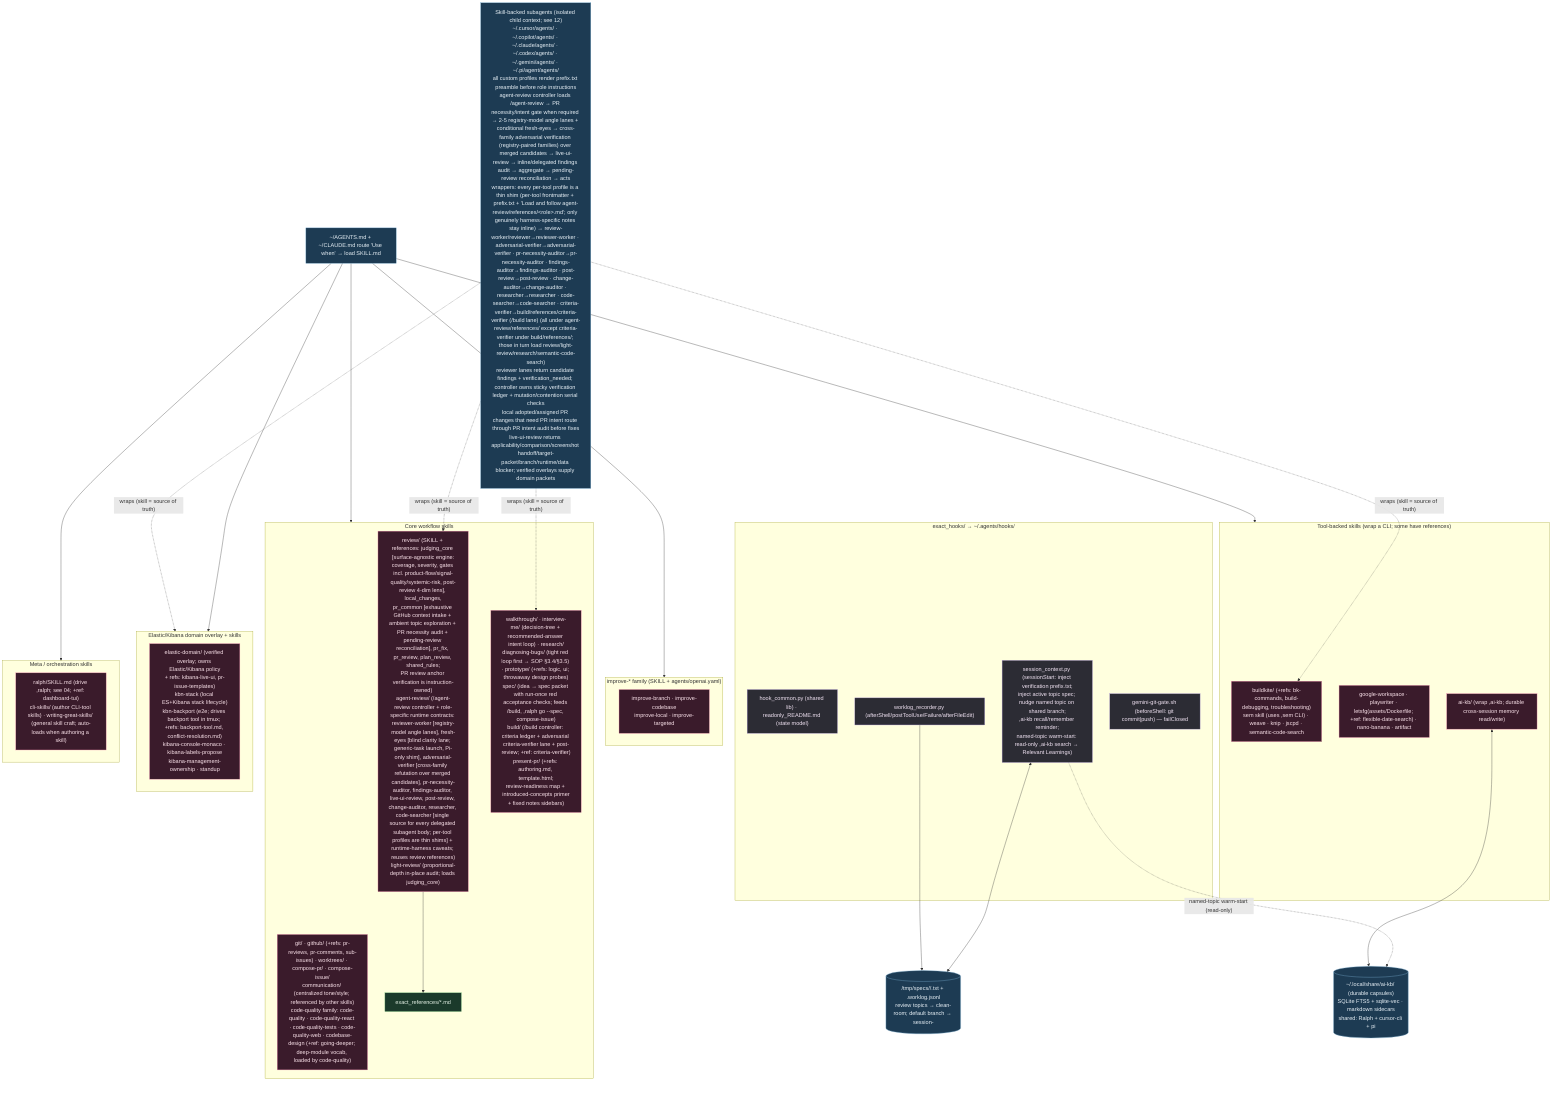
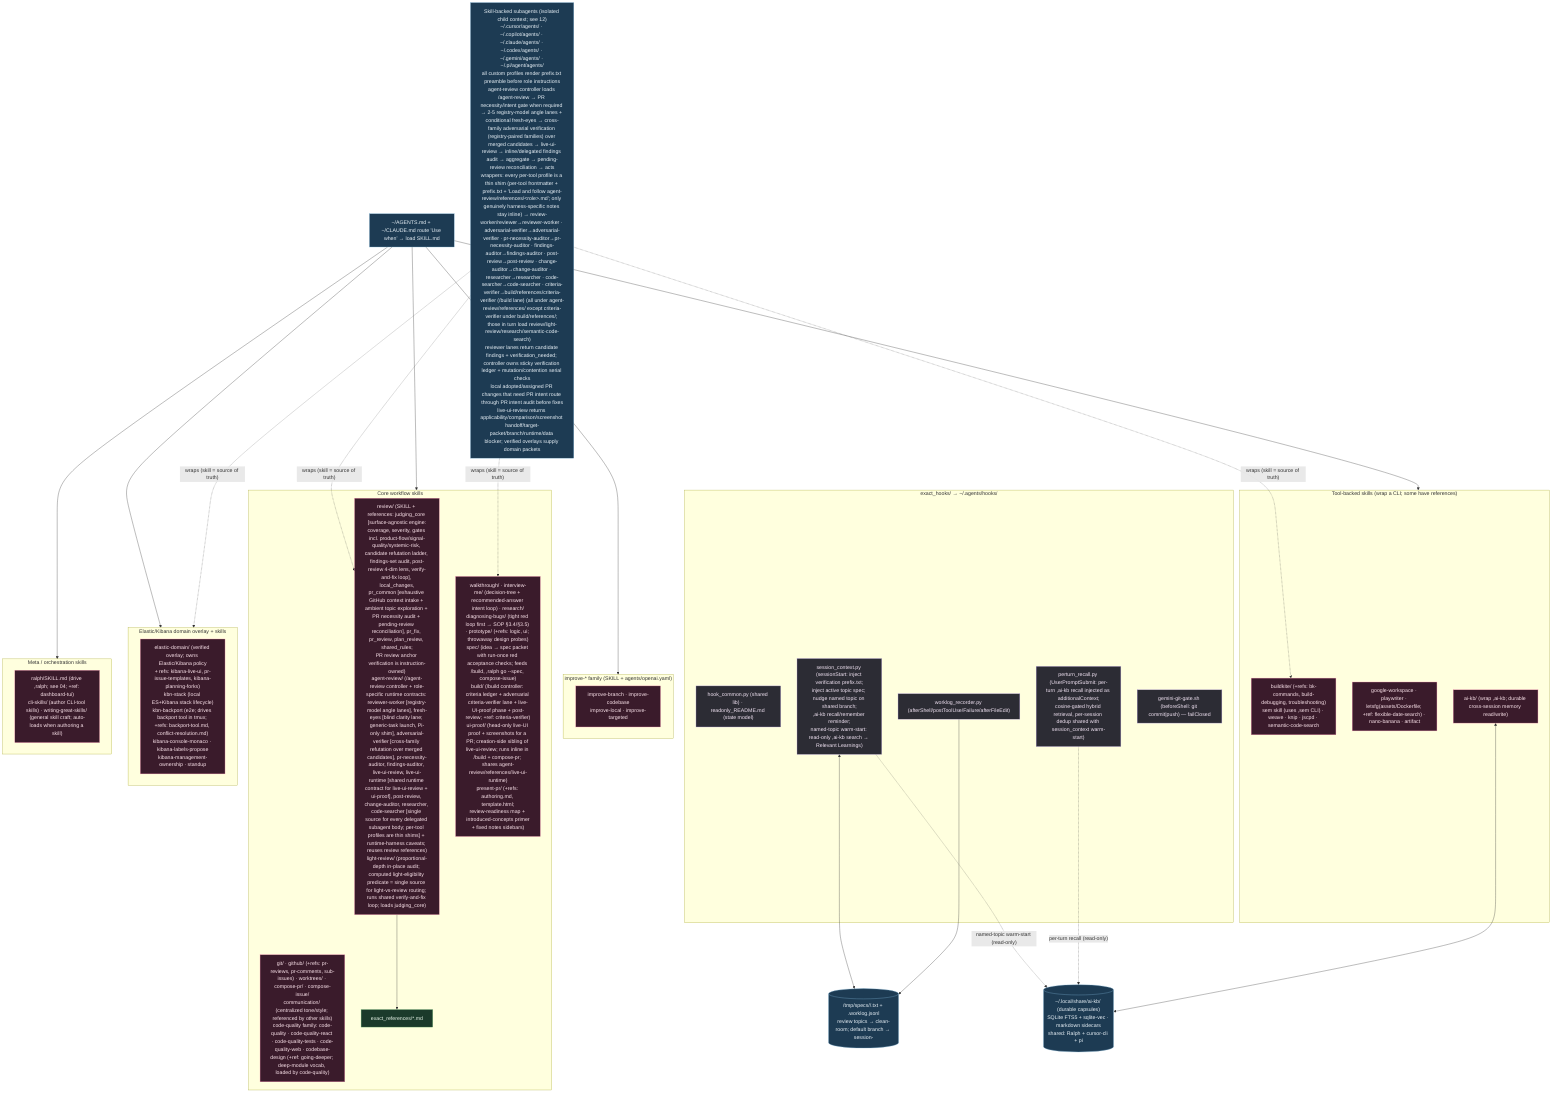
%% ============================================================================
- %% 03b-agent-skills-hooks.mmd — Every file under home/exact_dot_agents/ (96).
+ %% 03b-agent-skills-hooks.mmd — Every file under home/exact_dot_agents/ (99).
%% Skills → ~/.agents/skills/ (intent-routed SKILL.md). Shared hooks → ~/.agents/hooks/.
%% ============================================================================
flowchart TB
    classDef skill fill:#3a1b2b,stroke:#f48fb1,color:#fce4ec;
    classDef hook fill:#2c2c34,stroke:#b39ddb,color:#f3e5f5;
    classDef ref fill:#1b3a2b,stroke:#81c784,color:#e8f5e9;
    classDef data fill:#1d3b53,stroke:#7fb3d5,color:#eaf2f8;

    subgraph HOOKS["exact_hooks/ → ~/.agents/hooks/"]
        HC["hook_common.py (shared lib) · readonly_README.md (state model)"]:::hook
        SCx["session_context.py (sessionStart: inject verification prefix.txt;<br/>inject active topic spec; nudge named topic on shared branch;<br/>,ai-kb recall/remember reminder;<br/>named-topic warm-start: read-only ,ai-kb search → Relevant Learnings)"]:::hook
+         PRx["perturn_recall.py (UserPromptSubmit: per-turn ,ai-kb recall injected as additionalContext;<br/>cosine-gated hybrid retrieval, per-session dedup shared with session_context warm-start)"]:::hook
        WLx["worklog_recorder.py (afterShell/postToolUse/Failure/afterFileEdit)"]:::hook
        GG["gemini-git-gate.sh (beforeShell: git commit|push) — failClosed"]:::hook
    end

    MEM[("/tmp/specs/<pwd>/<topic>.txt + .worklog.jsonl<br/>review topics → clean-room; default branch → session-<id>")]:::data
    SCx <--> MEM
    WLx --> MEM

    KBDB[("~/.local/share/ai-kb/ (durable capsules)<br/>SQLite FTS5 + sqlite-vec · markdown sidecars<br/>shared: Ralph + cursor-cli + pi")]:::data
    SCx -. "named-topic warm-start (read-only)" .-> KBDB
+     PRx -. "per-turn recall (read-only)" .-> KBDB

    subgraph CORE["Core workflow skills"]
-         S1["review/ (SKILL + references: judging_core [surface-agnostic engine:<br/>coverage, severity, gates incl. product-flow/signal-quality/systemic-risk, post-review 4-dim lens], local_changes,<br/>pr_common [exhaustive GitHub context intake + ambient topic exploration + PR necessity audit + pending-review reconciliation], pr_fix, pr_review, plan_review, shared_rules;<br/>PR review anchor verification is instruction-owned)<br/>agent-review/ (/agent-review controller + role-specific runtime contracts: reviewer-worker [registry-model angle lanes], fresh-eyes [blind clarity lane; generic-task launch, Pi-only shim], adversarial-verifier [cross-family refutation over merged candidates], pr-necessity-auditor, findings-auditor, live-ui-review, post-review, change-auditor, researcher, code-searcher [single source for every delegated subagent body; per-tool profiles are thin shims] + runtime-harness caveats; reuses review references)<br/>light-review/ (proportional-depth in-place audit; loads judging_core)"]:::skill
+         S1["review/ (SKILL + references: judging_core [surface-agnostic engine:<br/>coverage, severity, gates incl. product-flow/signal-quality/systemic-risk, candidate refutation ladder, findings-set audit, post-review 4-dim lens, verify-and-fix loop], local_changes,<br/>pr_common [exhaustive GitHub context intake + ambient topic exploration + PR necessity audit + pending-review reconciliation], pr_fix, pr_review, plan_review, shared_rules;<br/>PR review anchor verification is instruction-owned)<br/>agent-review/ (/agent-review controller + role-specific runtime contracts: reviewer-worker [registry-model angle lanes], fresh-eyes [blind clarity lane; generic-task launch, Pi-only shim], adversarial-verifier [cross-family refutation over merged candidates], pr-necessity-auditor, findings-auditor, live-ui-review, live-ui-runtime [shared runtime contract for live-ui-review + ui-proof], post-review, change-auditor, researcher, code-searcher [single source for every delegated subagent body; per-tool profiles are thin shims] + runtime-harness caveats; reuses review references)<br/>light-review/ (proportional-depth in-place audit; computed light-eligibility predicate = single source for light-vs-review routing; runs shared verify-and-fix loop; loads judging_core)"]:::skill
        S2["git/ · github/ (+refs: pr-reviews, pr-comments, sub-issues) · worktrees/ · compose-pr/ · compose-issue/<br/>communication/ (centralized tone/style; referenced by other skills)<br/>code-quality family: code-quality · code-quality-react · code-quality-tests · code-quality-web · codebase-design (+ref: going-deeper; deep-module vocab, loaded by code-quality)"]:::skill
-         S3["walkthrough/ · interview-me/ (decision-tree + recommended-answer intent loop) · research/<br/>diagnosing-bugs/ (tight red loop first → SOP §3.4/§3.5) · prototype/ (+refs: logic, ui; throwaway design probes)<br/>spec/ (idea → spec packet with run-once red acceptance checks; feeds /build, ,ralph go --spec, compose-issue)<br/>build/ (/build controller: criteria ledger + adversarial criteria-verifier lane + post-review; +ref: criteria-verifier)<br/>present-pr/ (+refs: authoring.md, template.html;<br/>review-readiness map + introduced-concepts primer<br/>+ fixed notes sidebars)"]:::skill
+         S3["walkthrough/ · interview-me/ (decision-tree + recommended-answer intent loop) · research/<br/>diagnosing-bugs/ (tight red loop first → SOP §3.4/§3.5) · prototype/ (+refs: logic, ui; throwaway design probes)<br/>spec/ (idea → spec packet with run-once red acceptance checks; feeds /build, ,ralph go --spec, compose-issue)<br/>build/ (/build controller: criteria ledger + adversarial criteria-verifier lane + live-UI-proof phase + post-review; +ref: criteria-verifier)<br/>ui-proof/ (head-only live-UI proof + screenshots for a PR; creation-side sibling of live-ui-review; runs inline in /build + compose-pr; shares agent-review/references/live-ui-runtime)<br/>present-pr/ (+refs: authoring.md, template.html;<br/>review-readiness map + introduced-concepts primer<br/>+ fixed notes sidebars)"]:::skill
        S1 --> R1["exact_references/*.md"]:::ref
    end

    subgraph IMPROVE["improve-* family (SKILL + agents/openai.yaml)"]
        S4["improve-branch · improve-codebase<br/>improve-local · improve-targeted"]:::skill
    end

    subgraph TOOLS["Tool-backed skills (wrap a CLI; some have references)"]
        S5["buildkite/ (+refs: bk-commands, build-debugging, troubleshooting)<br/>sem skill (uses ,sem CLI) · weave · knip · jscpd · semantic-code-search"]:::skill
        S6["google-workspace · playwriter · letsfg(assets/Dockerfile; +ref: flexible-date-search) · nano-banana · artifact"]:::skill
        S7["ai-kb/ (wrap ,ai-kb; durable cross-session memory read/write)"]:::skill
    end

    subgraph KBN["Elastic/Kibana domain overlay + skills"]
-         S8["elastic-domain/ (verified overlay; owns Elastic/Kibana policy<br/>+ refs: kibana-live-ui, pr-issue-templates)<br/>kbn-stack (local ES+Kibana stack lifecycle)<br/>kbn-backport (e2e; drives backport tool in tmux; +refs: backport-tool.md, conflict-resolution.md)<br/>kibana-console-monaco · kibana-labels-propose<br/>kibana-management-ownership · standup"]:::skill
+         S8["elastic-domain/ (verified overlay; owns Elastic/Kibana policy<br/>+ refs: kibana-live-ui, pr-issue-templates, kibana-planning-forks)<br/>kbn-stack (local ES+Kibana stack lifecycle)<br/>kbn-backport (e2e; drives backport tool in tmux; +refs: backport-tool.md, conflict-resolution.md)<br/>kibana-console-monaco · kibana-labels-propose<br/>kibana-management-ownership · standup"]:::skill
    end

    subgraph META["Meta / orchestration skills"]
        S9["ralph/SKILL.md (drive ,ralph; see 04; +ref: dashboard-tui)<br/>cli-skills/ (author CLI-tool skills) · writing-great-skills/ (general skill craft; auto-loads when authoring a skill)"]:::skill
    end

    SOPS["~/AGENTS.md + ~/CLAUDE.md route 'Use when' → load SKILL.md"]:::data
    SOPS --> CORE & IMPROVE & TOOLS & KBN & META
    S7 <--> KBDB

    SUBA["Skill-backed subagents (isolated child context; see 12)<br/>~/.cursor/agents/ · ~/.copilot/agents/ · ~/.claude/agents/ · ~/.codex/agents/ · ~/.gemini/agents/ · ~/.pi/agent/agents/<br/>all custom profiles render prefix.txt preamble before role instructions<br/>agent-review controller loads /agent-review → PR necessity/intent gate when required → 2-5 registry-model angle lanes + conditional fresh-eyes → cross-family adversarial verification (registry-paired families) over merged candidates → live-ui-review → inline/delegated findings audit → aggregate → pending-review reconciliation → acts<br/>wrappers: every per-tool profile is a thin shim (per-tool frontmatter + prefix.txt + 'Load and follow agent-review/references/&lt;role&gt;.md'; only genuinely harness-specific notes stay inline) → review-worker/reviewer→reviewer-worker · adversarial-verifier→adversarial-verifier · pr-necessity-auditor→pr-necessity-auditor · findings-auditor→findings-auditor · post-review→post-review · change-auditor→change-auditor · researcher→researcher · code-searcher→code-searcher · criteria-verifier→build/references/criteria-verifier (/build lane) (all under agent-review/references/ except criteria-verifier under build/references/; those in turn load review/light-review/research/semantic-code-search)<br/>reviewer lanes return candidate findings + verification_needed; controller owns sticky verification ledger + mutation/contention serial checks<br/>local adopted/assigned PR changes that need PR intent route through PR intent audit before fixes<br/>live-ui-review returns applicability/comparison/screenshot handoff/target-packet/branch/runtime/data blocker; verified overlays supply domain packets"]:::data
    SUBA -.->|"wraps (skill = source of truth)"| S1 & S3 & S5 & KBN
